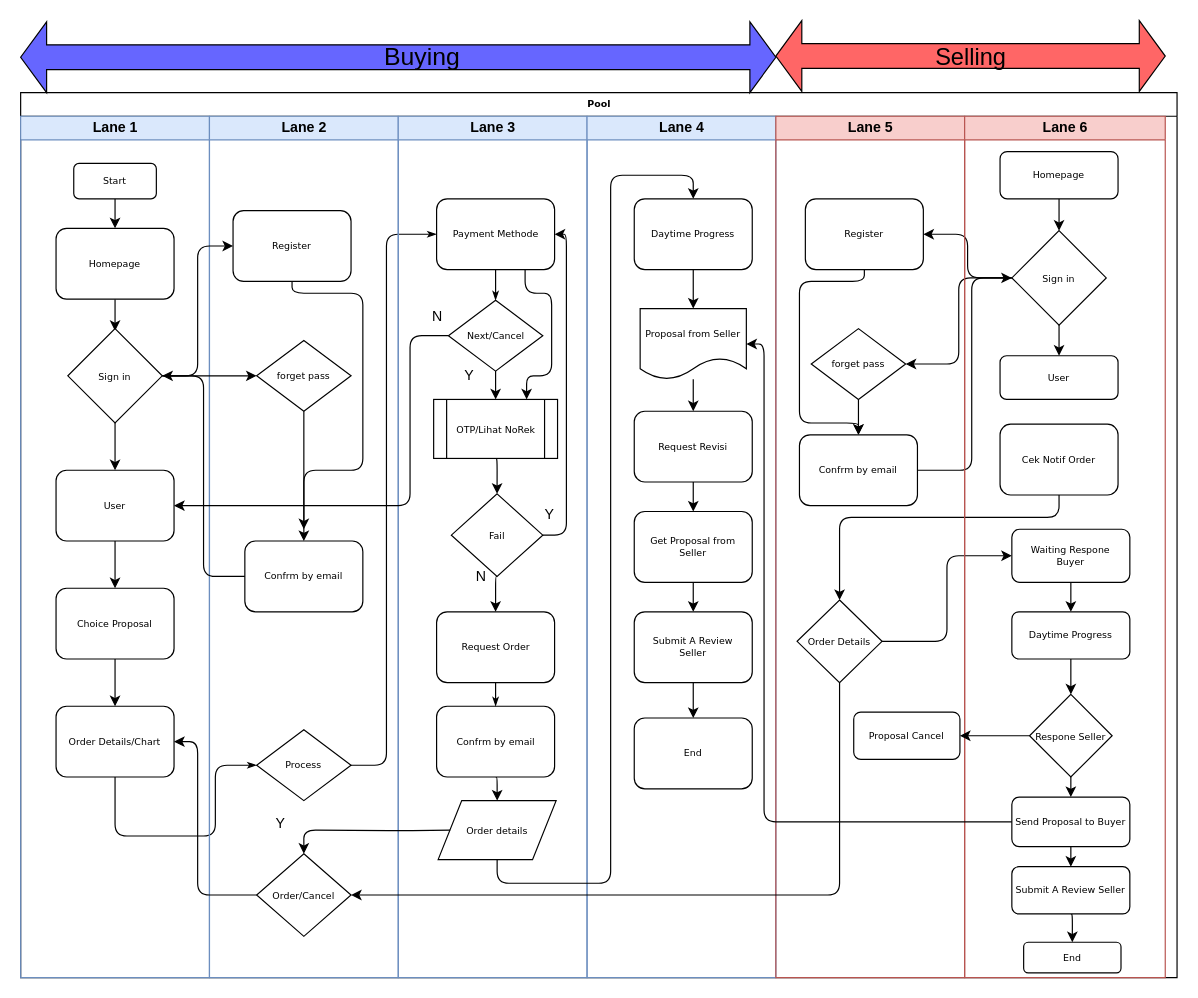
Above: page "Flow Buyer" (2 of 5) of Diagram Tanpa Judul.drawio in ahmadfaqih-dev/Flowchart (draw.io), before the change. Source tidied: cells renumbered, new cells numbered last; positions are measured from the earlier drawing's top-left corner, leaving out a move shared by most shapes. Both pictures are drawn from the tidied source at 118%, with x=0, y=0 at pixel (20, 20).
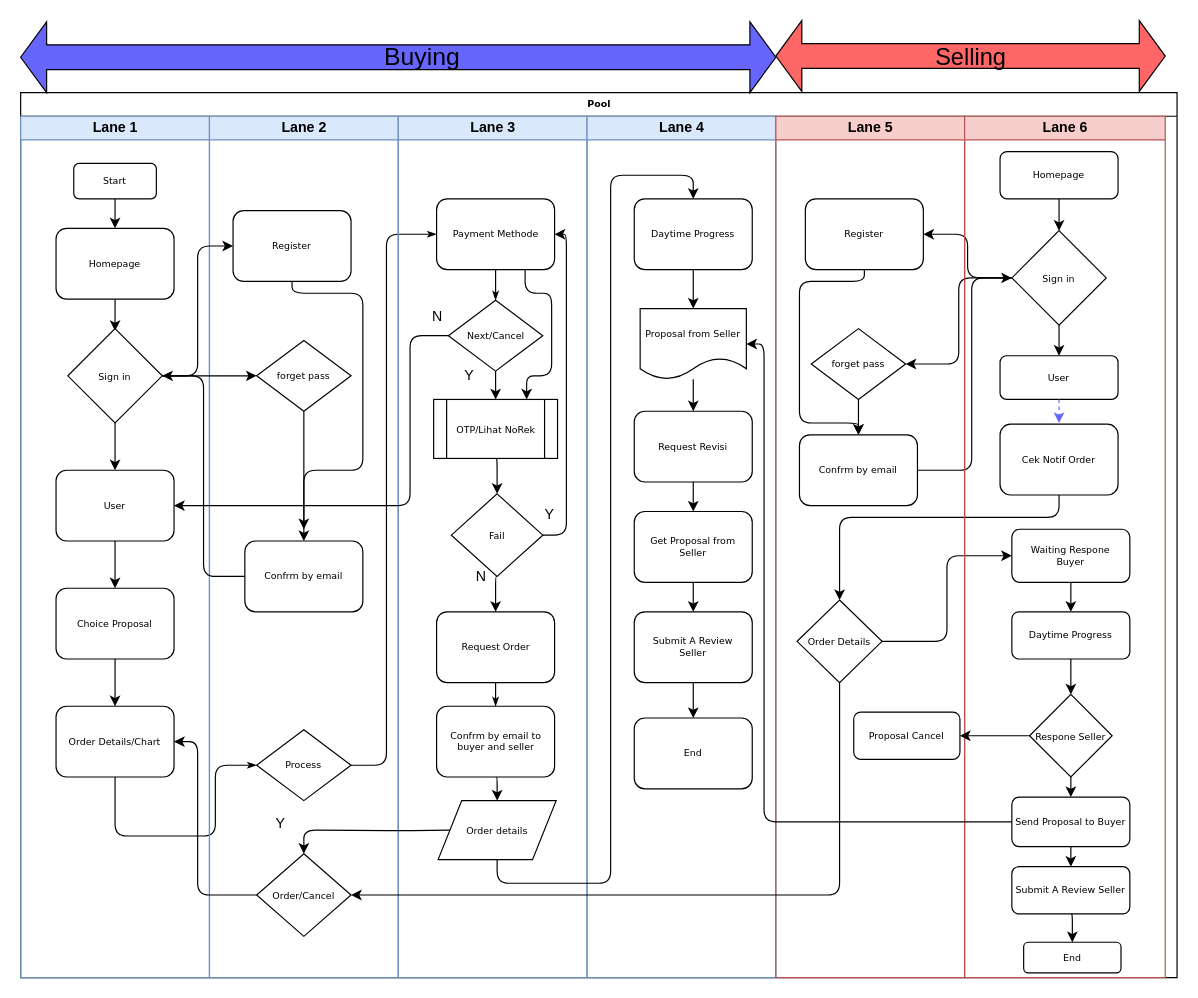
The same diagram, later.

The change refers to these unchanged cells:
```xml
<mxCell id="24" value="Lane 3" style="swimlane;html=1;startSize=20;fillColor=#dae8fc;strokeColor=#6c8ebf;" parent="2" vertex="1">
  <mxGeometry x="320" y="20" width="160" height="730" as="geometry" />
</mxCell>
<mxCell id="80" value="User" style="rounded=1;whiteSpace=wrap;html=1;shadow=0;labelBackgroundColor=none;strokeWidth=1;fontFamily=Verdana;fontSize=8;align=center;" parent="77" vertex="1">
  <mxGeometry x="30" y="203" width="100" height="37" as="geometry" />
</mxCell>
```

Change to the diagram source:
```diff
@@
-    <mxCell id="36" value="Confrm by email" style="rounded=1;whiteSpace=wrap;html=1;shadow=0;labelBackgroundColor=none;strokeWidth=1;fontFamily=Verdana;fontSize=8;align=center;" parent="24" vertex="1">
+    <mxCell id="36" value="Confrm by email to buyer and seller" style="rounded=1;whiteSpace=wrap;html=1;shadow=0;labelBackgroundColor=none;strokeWidth=1;fontFamily=Verdana;fontSize=8;align=center;" parent="24" vertex="1">
       <mxGeometry x="32.5" y="500" width="100" height="60" as="geometry" />
     </mxCell>
@@
+    <mxCell id="103" style="edgeStyle=orthogonalEdgeStyle;rounded=1;jettySize=auto;html=1;exitX=0.5;exitY=1;exitDx=0;exitDy=0;dashed=1;strokeColor=#6666FF;" parent="1" edge="1" source="80">
+      <mxGeometry relative="1" as="geometry">
+        <mxPoint x="880" y="341" as="targetPoint" />
+      </mxGeometry>
+    </mxCell>
```
